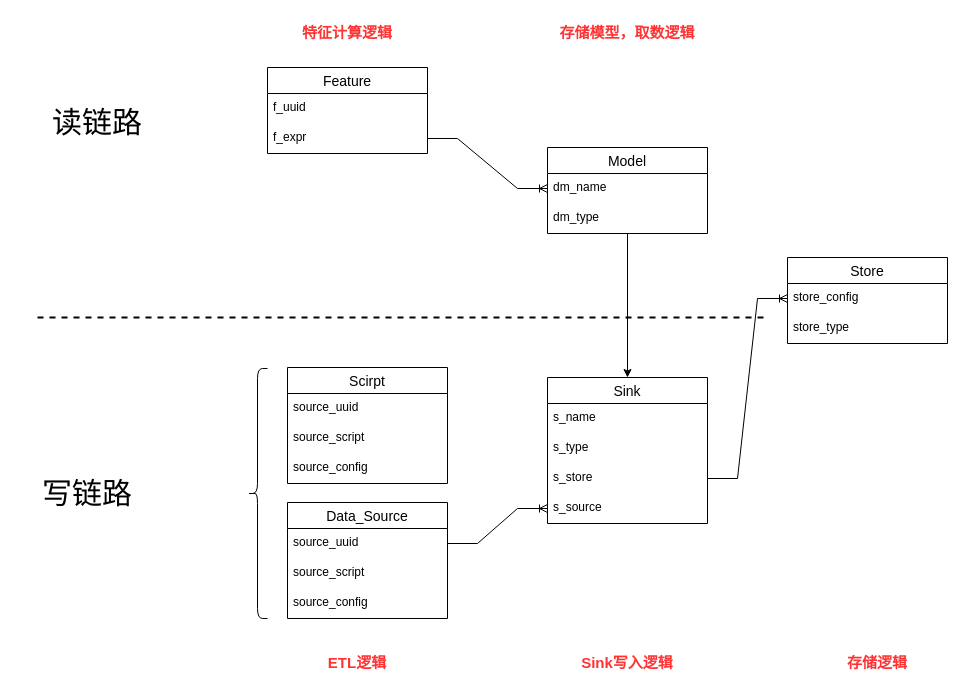
Above: feature_infra.drawio in learn2Pro/draw_io_save (draw.io), before the change. Source tidied: cells renumbered, new cells numbered last; positions are measured from the earlier drawing's top-left corner, leaving out a move shared by most shapes. Both pictures are drawn from the tidied source at 100%, with x=0, y=0 at pixel (17, 17).
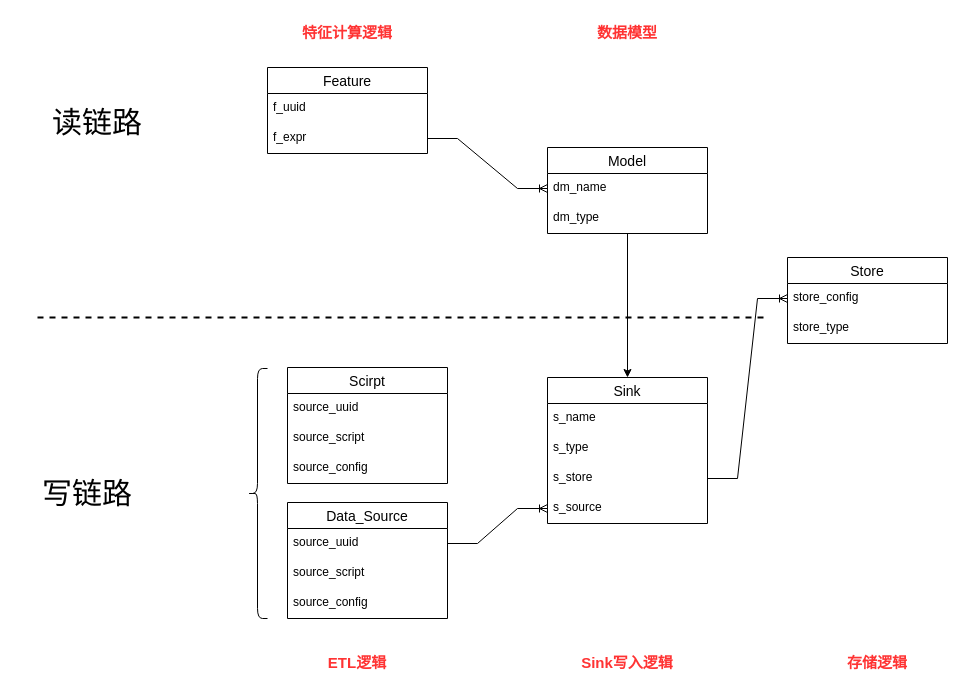
After the change.

Diff of the diagram source:
```diff
@@
-    <mxCell id="35" value="&lt;font color=&quot;#ff3333&quot;&gt;&lt;span style=&quot;font-size: 15px&quot;&gt;&lt;b&gt;存储模型，取数逻辑&lt;/b&gt;&lt;/span&gt;&lt;/font&gt;" style="text;html=1;strokeColor=none;fillColor=none;align=center;verticalAlign=middle;whiteSpace=wrap;rounded=0;" parent="1" vertex="1">
+    <mxCell id="35" value="&lt;font color=&quot;#ff3333&quot;&gt;&lt;span style=&quot;font-size: 15px&quot;&gt;&lt;b&gt;数据模型&lt;/b&gt;&lt;/span&gt;&lt;/font&gt;" style="text;html=1;strokeColor=none;fillColor=none;align=center;verticalAlign=middle;whiteSpace=wrap;rounded=0;" parent="1" vertex="1">
       <mxGeometry x="525" width="170" height="30" as="geometry" />
     </mxCell>
```
